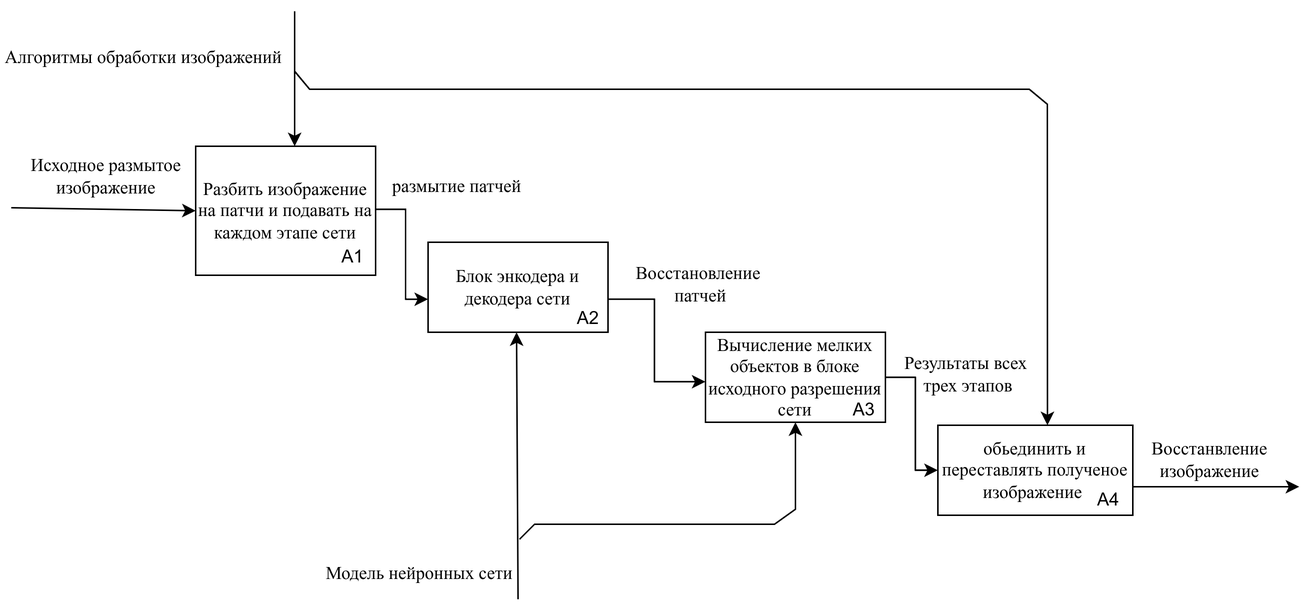
ak-karimzai/diploma keeps this draw.io diagram as diploma/md/assets/idef0-A1.png. Above is the earlier version. Source tidied: cells renumbered, new cells last; positions are measured from the earlier drawing's top-left corner, leaving out a move shared by most shapes.
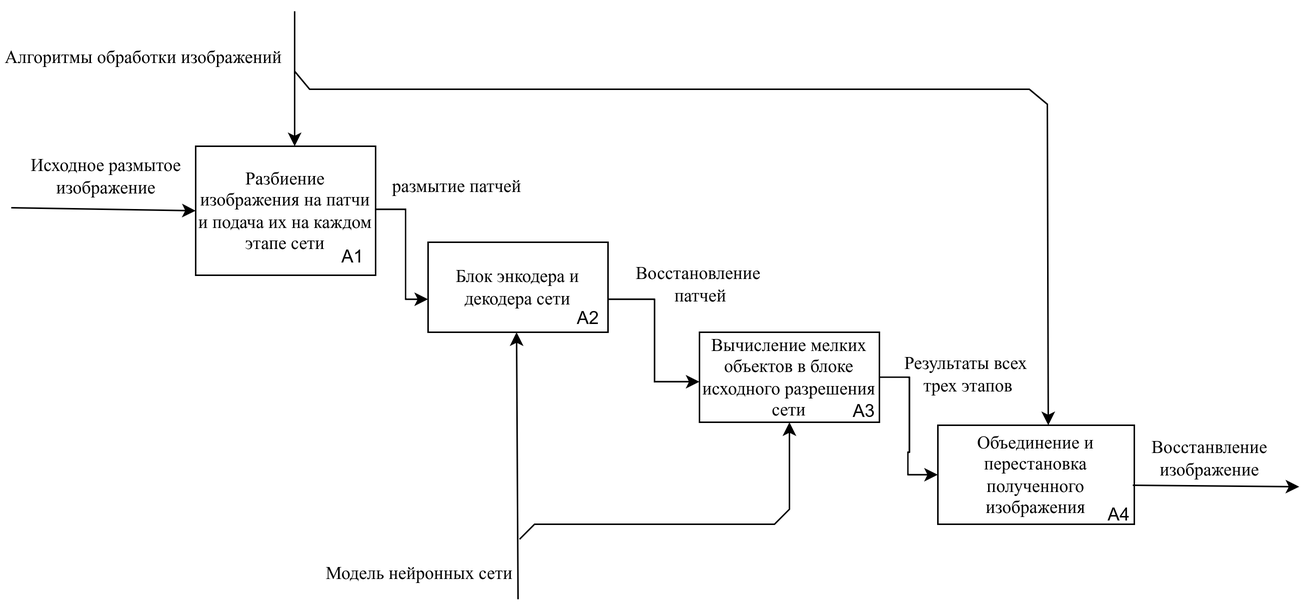
Later version of the same file.

What changed in the source:
```diff
@@ -10,7 +10,7 @@
         </Array>
       </mxGeometry>
     </mxCell>
-    <mxCell id="3" value="&lt;font face=&quot;Times New Roman&quot;&gt;Разбить&amp;nbsp;изображение на патчи и подавать на каждом этапе сети&lt;/font&gt;" style="rounded=0;whiteSpace=wrap;html=1;" parent="1" vertex="1">
+    <mxCell id="3" value="&lt;div&gt;&lt;font face=&quot;Times New Roman&quot;&gt;Разбиение изображения на патчи и подача их на каждом этапе сети&lt;/font&gt;&lt;/div&gt;" style="rounded=0;whiteSpace=wrap;html=1;" parent="1" vertex="1">
       <mxGeometry x="120" y="90" width="120" height="86" as="geometry" />
     </mxCell>
     <mxCell id="4" style="edgeStyle=orthogonalEdgeStyle;rounded=0;jettySize=auto;html=1;" parent="1" edge="1" source="5" target="7">
@@ -27,13 +27,15 @@
     <mxCell id="6" style="edgeStyle=orthogonalEdgeStyle;rounded=0;jettySize=auto;html=1;exitX=1;exitY=0.5;exitDx=0;exitDy=0;entryX=0;entryY=0.5;entryDx=0;entryDy=0;" parent="1" edge="1" source="7" target="18">
       <mxGeometry relative="1" as="geometry">
         <Array as="points">
-          <mxPoint x="600" y="244" />
-          <mxPoint x="600" y="306" />
+          <mxPoint x="596" y="244" />
+          <mxPoint x="596" y="294" />
+          <mxPoint x="595" y="294" />
+          <mxPoint x="595" y="309" />
         </Array>
       </mxGeometry>
     </mxCell>
     <mxCell id="7" value="&lt;div&gt;&lt;font face=&quot;Times New Roman&quot;&gt;Вычисление мелких объектов в блоке исходного разрешения сети&lt;/font&gt;&lt;/div&gt;" style="rounded=0;whiteSpace=wrap;html=1;" parent="1" vertex="1">
-      <mxGeometry x="460" y="214" width="120" height="60" as="geometry" />
+      <mxGeometry x="456" y="214" width="120" height="60" as="geometry" />
     </mxCell>
     <mxCell id="8" value="&lt;font face=&quot;Times New Roman&quot;&gt;размытие патчей&lt;/font&gt;" style="text;html=1;align=center;verticalAlign=middle;strokeColor=none;fillColor=none;" parent="1" vertex="1">
       <mxGeometry x="239" y="102" width="110" height="30" as="geometry" />
@@ -42,7 +44,7 @@
       <mxGeometry x="400" y="162" width="110" height="40" as="geometry" />
     </mxCell>
     <mxCell id="10" value="&lt;font face=&quot;Times New Roman&quot;&gt;Восстанвление &lt;br&gt;изображение&lt;/font&gt;" style="text;html=1;align=center;verticalAlign=middle;points=[];strokeColor=none;fillColor=none;" parent="1" vertex="1">
-      <mxGeometry x="746" y="279" width="100" height="40" as="geometry" />
+      <mxGeometry x="746" y="278" width="100" height="40" as="geometry" />
     </mxCell>
     <mxCell id="11" style="endArrow=classic;html=1;rounded=0;entryX=0;entryY=0.5;entryDx=0;entryDy=0;exitX=-0.025;exitY=1.025;exitDx=0;exitDy=0;exitPerimeter=0;" parent="1" edge="1" source="12" target="3">
       <mxGeometry relative="1" as="geometry" />
@@ -68,13 +70,13 @@
       <mxGeometry x="352" y="190" width="60" height="30" as="geometry" />
     </mxCell>
     <mxCell id="17" value="A3" style="text;html=1;strokeColor=none;fillColor=none;align=center;verticalAlign=middle;whiteSpace=wrap;rounded=0;" parent="1" vertex="1">
-      <mxGeometry x="536" y="251" width="60" height="30" as="geometry" />
+      <mxGeometry x="536" y="252" width="60" height="30" as="geometry" />
     </mxCell>
-    <mxCell id="18" value="&lt;font face=&quot;Times New Roman&quot;&gt;обьединить и переставлять&amp;nbsp;полученое изображение&amp;nbsp;&lt;/font&gt;" style="rounded=0;whiteSpace=wrap;html=1;" parent="1" vertex="1">
-      <mxGeometry x="615" y="276" width="130" height="60" as="geometry" />
+    <mxCell id="18" value="&lt;div&gt;&lt;span style=&quot;font-family: &amp;quot;Times New Roman&amp;quot;; background-color: initial;&quot;&gt;Объединение и перестановка полученного изображения&lt;/span&gt;&lt;br&gt;&lt;/div&gt;" style="rounded=0;whiteSpace=wrap;html=1;" parent="1" vertex="1">
+      <mxGeometry x="615" y="276" width="131" height="66" as="geometry" />
     </mxCell>
     <mxCell id="19" value="A4" style="text;html=1;strokeColor=none;fillColor=none;align=center;verticalAlign=middle;whiteSpace=wrap;rounded=0;" parent="1" vertex="1">
-      <mxGeometry x="699" y="311" width="60" height="30" as="geometry" />
+      <mxGeometry x="706" y="321" width="60" height="30" as="geometry" />
     </mxCell>
     <mxCell id="20" style="endArrow=classic;html=1;rounded=0;exitX=-0.01;exitY=0.95;exitDx=0;exitDy=0;exitPerimeter=0;" parent="1" edge="1" source="10">
       <mxGeometry relative="1" as="geometry">
@@ -90,7 +92,7 @@
         <Array as="points">
           <mxPoint x="346" y="342" />
           <mxPoint x="506" y="342" />
-          <mxPoint x="520" y="332" />
+          <mxPoint x="516" y="332" />
         </Array>
       </mxGeometry>
     </mxCell>
```
